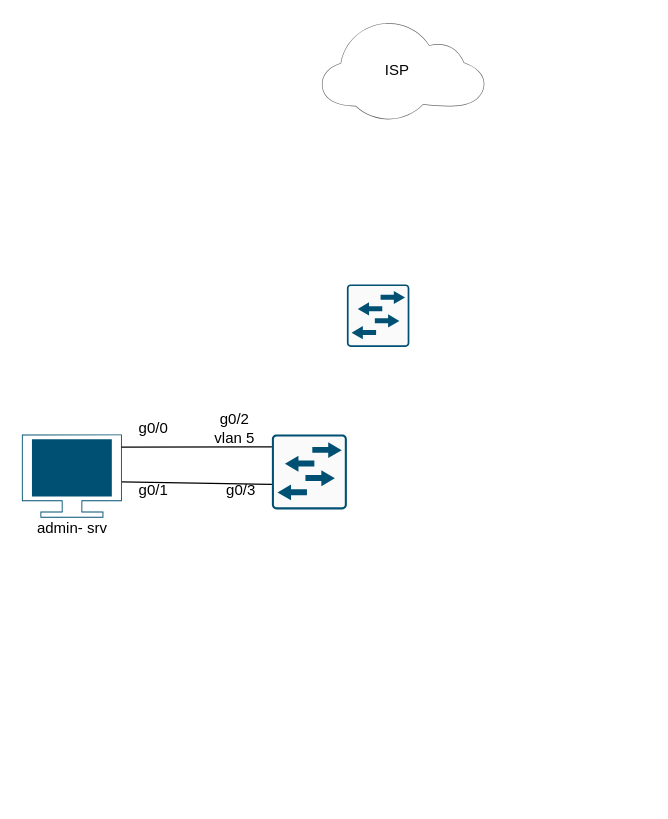
flypaper86/GB_Python_HomeWork keeps this draw.io diagram as page "L1-L2" (1 of 2) of HW2.drawio. Above is the earlier version. Source tidied: cells renumbered, new cells numbered last; positions are measured from the earlier drawing's top-left corner, leaving out a move shared by most shapes. Both pictures are drawn from the tidied source at 125%, with x=0, y=0 at pixel (21, 21).
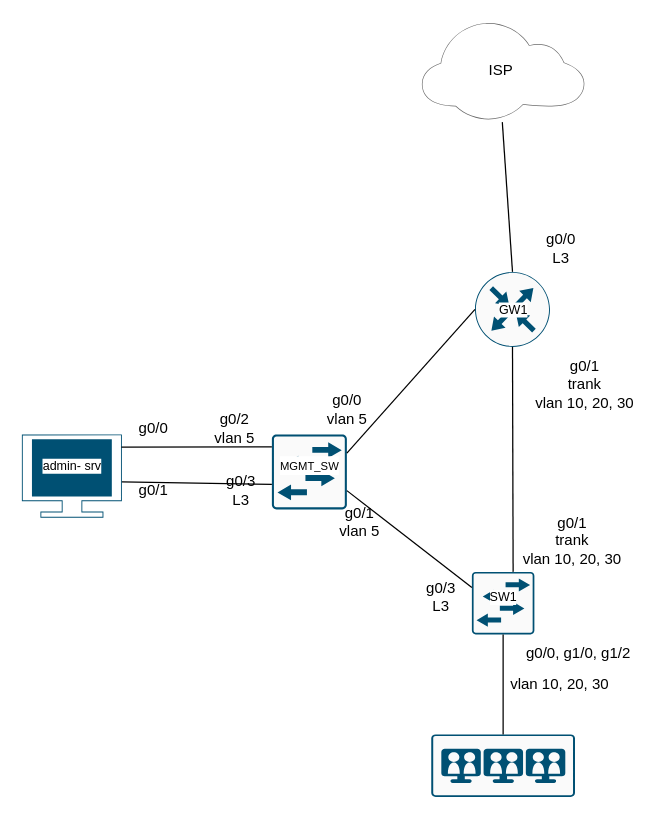
Above is the later version.

Unchanged cells that the change refers to:
```xml
<mxCell id="3" style="sketch=0;points=[[0.015,0.015,0],[0.985,0.015,0],[0.985,0.985,0],[0.015,0.985,0],[0.25,0,0],[0.5,0,0],[0.75,0,0],[1,0.25,0],[1,0.5,0],[1,0.75,0],[0.75,1,0],[0.5,1,0],[0.25,1,0],[0,0.75,0],[0,0.5,0],[0,0.25,0]];verticalLabelPosition=bottom;html=1;verticalAlign=top;align=center;shape=mxgraph.cisco19.rect;prIcon=l2_switch;fillColor=#FAFAFA;strokeColor=#005073;" parent="1" vertex="1">
  <mxGeometry x="200" y="330" width="60" height="60" as="geometry" />
</mxCell>
```

What changed in the source:
```diff
@@
     <mxCell id="2" style="sketch=0;points=[[0.015,0.015,0],[0.985,0.015,0],[0.985,0.985,0],[0.015,0.985,0],[0.25,0,0],[0.5,0,0],[0.75,0,0],[1,0.25,0],[1,0.5,0],[1,0.75,0],[0.75,1,0],[0.5,1,0],[0.25,1,0],[0,0.75,0],[0,0.5,0],[0,0.25,0]];verticalLabelPosition=bottom;html=1;verticalAlign=top;align=center;shape=mxgraph.cisco19.rect;prIcon=l2_switch;fillColor=#FAFAFA;strokeColor=#005073;" parent="1" vertex="1">
-      <mxGeometry x="260" y="210" width="50" height="50" as="geometry" />
+      <mxGeometry x="360" y="440" width="50" height="50" as="geometry" />
     </mxCell>
@@
     <mxCell id="5" style="points=[[0,0.64,0],[0.2,0.15,0],[0.4,0.01,0],[0.79,0.25,0],[1,0.65,0],[0.8,0.86,0],[0.41,1,0],[0.16,0.86,0]];verticalLabelPosition=bottom;sketch=0;html=1;verticalAlign=top;align=center;shape=mxgraph.cisco19.cloud;fillColor=#6B6B6B;strokeColor=none;" parent="1" vertex="1">
-      <mxGeometry x="240" width="130" height="78" as="geometry" />
+      <mxGeometry x="320" width="130" height="78" as="geometry" />
     </mxCell>
-    <mxCell id="6" value="ISP" style="text;html=1;align=center;verticalAlign=middle;strokeColor=none;fillColor=none;" parent="1" vertex="1">
-      <mxGeometry x="280" y="24" width="40" height="30" as="geometry" />
+    <mxCell id="6" value="ISP" style="text;html=1;align=center;verticalAlign=middle;strokeColor=none;fillColor=none;labelBackgroundColor=default;" parent="1" vertex="1">
+      <mxGeometry x="362.5" y="24" width="40" height="30" as="geometry" />
     </mxCell>
@@
-    <mxCell id="10" value="admin- srv" style="text;html=1;align=center;verticalAlign=middle;strokeColor=none;fillColor=none;" parent="1" vertex="1">
-      <mxGeometry y="390" width="80" height="30" as="geometry" />
+    <mxCell id="10" value="admin- srv" style="text;html=1;align=center;verticalAlign=middle;strokeColor=none;fillColor=none;labelBackgroundColor=default;fontSize=10;" parent="1" vertex="1">
+      <mxGeometry x="5" y="340" width="70" height="30" as="geometry" />
     </mxCell>
@@
-    <mxCell id="13" value="g0/3" style="text;html=1;align=center;verticalAlign=middle;strokeColor=none;fillColor=none;" parent="1" vertex="1">
-      <mxGeometry x="150" y="360" width="50" height="30" as="geometry" />
+    <mxCell id="13" value="g0/3&lt;br&gt;L3" style="text;html=1;align=center;verticalAlign=middle;strokeColor=none;fillColor=none;" parent="1" vertex="1">
+      <mxGeometry x="150" y="355" width="50" height="40" as="geometry" />
     </mxCell>
+    <mxCell id="14" style="endArrow=none;html=1;rounded=0;entryX=1;entryY=0.75;entryDx=0;entryDy=0;entryPerimeter=0;exitX=0;exitY=0.25;exitDx=0;exitDy=0;exitPerimeter=0;" parent="1" edge="1" source="2" target="3">
+      <mxGeometry relative="1" as="geometry" />
+    </mxCell>
+    <mxCell id="15" value="g0/1&lt;br&gt;vlan 5" style="text;html=1;align=center;verticalAlign=middle;strokeColor=none;fillColor=none;" parent="1" vertex="1">
+      <mxGeometry x="240" y="380" width="60" height="40" as="geometry" />
+    </mxCell>
+    <mxCell id="16" value="g0/0&lt;br&gt;vlan 5" style="text;html=1;align=center;verticalAlign=middle;strokeColor=none;fillColor=none;" parent="1" vertex="1">
+      <mxGeometry x="230" y="290" width="60" height="40" as="geometry" />
+    </mxCell>
+    <mxCell id="17" value="g0/3&lt;br&gt;L3" style="text;html=1;align=center;verticalAlign=middle;strokeColor=none;fillColor=none;" parent="1" vertex="1">
+      <mxGeometry x="310" y="440" width="50" height="40" as="geometry" />
+    </mxCell>
+    <mxCell id="18" value="g0/0, g1/0, g1/2" style="text;html=1;align=center;verticalAlign=middle;strokeColor=none;fillColor=none;" parent="1" vertex="1">
+      <mxGeometry x="390" y="490" width="110" height="30" as="geometry" />
+    </mxCell>
+    <mxCell id="19" style="sketch=0;points=[[0.015,0.015,0],[0.985,0.015,0],[0.985,0.985,0],[0.015,0.985,0],[0.25,0,0],[0.5,0,0],[0.75,0,0],[1,0.25,0],[1,0.5,0],[1,0.75,0],[0.75,1,0],[0.5,1,0],[0.25,1,0],[0,0.75,0],[0,0.5,0],[0,0.25,0]];verticalLabelPosition=bottom;html=1;verticalAlign=top;align=center;shape=mxgraph.cisco19.rect;prIcon=immersive_telepresence_endpoint;fillColor=#FAFAFA;strokeColor=#005073;" parent="1" vertex="1">
+      <mxGeometry x="327.5" y="570" width="115" height="50" as="geometry" />
+    </mxCell>
+    <mxCell id="20" style="endArrow=none;html=1;rounded=0;exitX=0.5;exitY=1;exitDx=0;exitDy=0;exitPerimeter=0;entryX=0.5;entryY=0;entryDx=0;entryDy=0;entryPerimeter=0;" parent="1" edge="1" source="2" target="19">
+      <mxGeometry relative="1" as="geometry" />
+    </mxCell>
+    <mxCell id="21" value="vlan 10, 20, 30" style="text;html=1;align=center;verticalAlign=middle;strokeColor=none;fillColor=none;" parent="1" vertex="1">
+      <mxGeometry x="380" y="515" width="100" height="30" as="geometry" />
+    </mxCell>
+    <mxCell id="22" value="&lt;font style=&quot;font-size: 9px;&quot;&gt;MGMT_SW&lt;/font&gt;" style="text;html=1;align=center;verticalAlign=middle;strokeColor=none;fillColor=none;labelBackgroundColor=default;" parent="1" vertex="1">
+      <mxGeometry x="195" y="340" width="70" height="30" as="geometry" />
+    </mxCell>
+    <mxCell id="23" value="g0/1&lt;br&gt;trank&lt;br&gt;vlan 10, 20, 30" style="text;html=1;align=center;verticalAlign=middle;strokeColor=none;fillColor=none;" parent="1" vertex="1">
+      <mxGeometry x="390" y="385" width="100" height="60" as="geometry" />
+    </mxCell>
+    <mxCell id="24" value="g0/1&lt;br&gt;trank&lt;br&gt;vlan 10, 20, 30" style="text;html=1;align=center;verticalAlign=middle;strokeColor=none;fillColor=none;" parent="1" vertex="1">
+      <mxGeometry x="400" y="260" width="100" height="60" as="geometry" />
+    </mxCell>
+    <mxCell id="25" style="sketch=0;points=[[0.5,0,0],[1,0.5,0],[0.5,1,0],[0,0.5,0],[0.145,0.145,0],[0.8555,0.145,0],[0.855,0.8555,0],[0.145,0.855,0]];verticalLabelPosition=bottom;html=1;verticalAlign=top;align=center;shape=mxgraph.cisco19.rect;prIcon=router;fillColor=#FAFAFA;strokeColor=#005073;labelBackgroundColor=default;fontSize=9;" parent="1" vertex="1">
+      <mxGeometry x="362.5" y="200" width="60" height="60" as="geometry" />
+    </mxCell>
+    <mxCell id="26" style="endArrow=none;html=1;rounded=0;fontSize=9;entryX=0.5;entryY=1;entryDx=0;entryDy=0;entryPerimeter=0;" parent="1" edge="1" target="25">
+      <mxGeometry relative="1" as="geometry">
+        <mxPoint x="393" y="440" as="sourcePoint" />
+      </mxGeometry>
+    </mxCell>
+    <mxCell id="27" style="endArrow=none;html=1;rounded=0;fontSize=9;exitX=1;exitY=0.25;exitDx=0;exitDy=0;exitPerimeter=0;entryX=0;entryY=0.5;entryDx=0;entryDy=0;entryPerimeter=0;" parent="1" edge="1" source="3" target="25">
+      <mxGeometry relative="1" as="geometry" />
+    </mxCell>
+    <mxCell id="28" value="SW1" style="text;html=1;align=center;verticalAlign=middle;strokeColor=none;fillColor=none;fontSize=10;labelBackgroundColor=default;" parent="1" vertex="1">
+      <mxGeometry x="360" y="445" width="50" height="30" as="geometry" />
+    </mxCell>
+    <mxCell id="29" value="GW1" style="text;html=1;align=center;verticalAlign=middle;strokeColor=none;fillColor=none;fontSize=10;labelBackgroundColor=default;" parent="1" vertex="1">
+      <mxGeometry x="367.5" y="215" width="50" height="30" as="geometry" />
+    </mxCell>
+    <mxCell id="30" value="g0/0&lt;br&gt;L3" style="text;html=1;align=center;verticalAlign=middle;strokeColor=none;fillColor=none;" parent="1" vertex="1">
+      <mxGeometry x="406" y="161" width="50" height="40" as="geometry" />
+    </mxCell>
+    <mxCell id="31" style="endArrow=none;html=1;rounded=0;fontSize=10;entryX=0.495;entryY=1.028;entryDx=0;entryDy=0;entryPerimeter=0;exitX=0.5;exitY=0;exitDx=0;exitDy=0;exitPerimeter=0;" parent="1" edge="1" source="25" target="5">
+      <mxGeometry relative="1" as="geometry" />
+    </mxCell>
```
